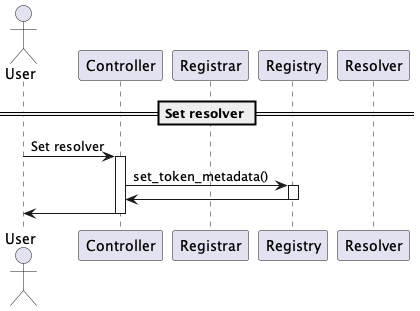
The PlantUML diagram docs/sequence-diagrams/puml/set-resolver.png in make-software/cspr-name-contracts, before a commit.
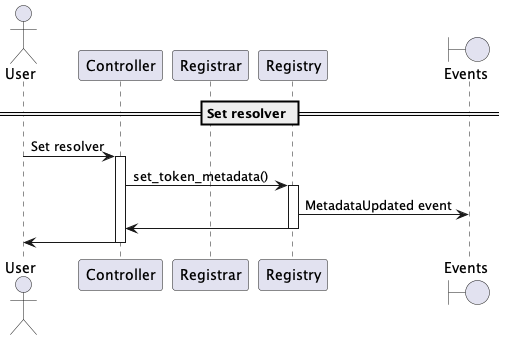
The same file after the commit.

What changed in the source:
```diff
@@ -4,7 +4,7 @@
 participant "Controller"
 participant "Registrar"
 participant "Registry"
-participant "Resolver"
+boundary "Events"
 
 == Set resolver ==
 
@@ -13,6 +13,7 @@
 
 Controller -> Registry: set_token_metadata()
 activate Registry
+Registry -> "Events": MetadataUpdated event
 Registry -> Controller
 deactivate Registry
 Controller -> User
```
